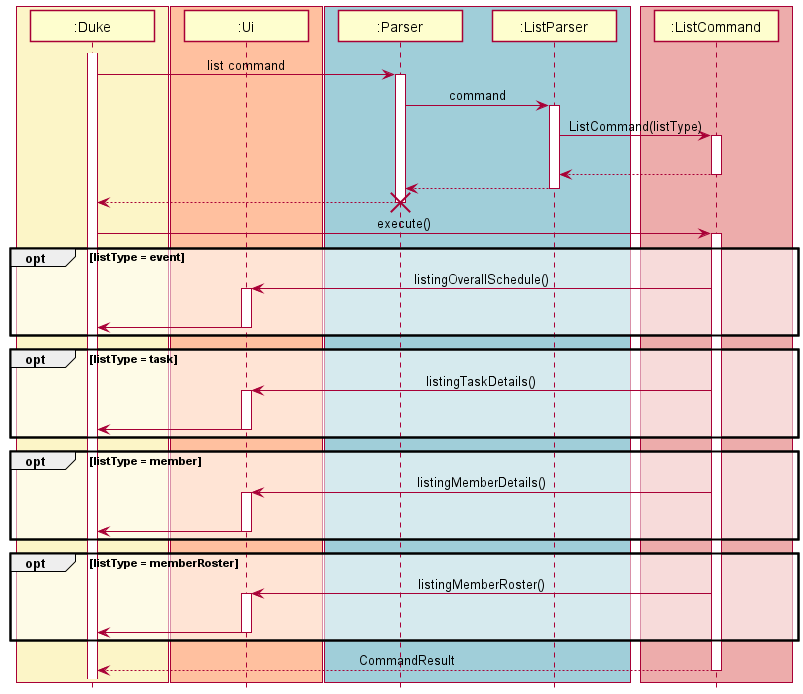
Earlier version of the PlantUML export docs/images/ListDiagram.png (nus-cs2113-AY2122S1/tp).
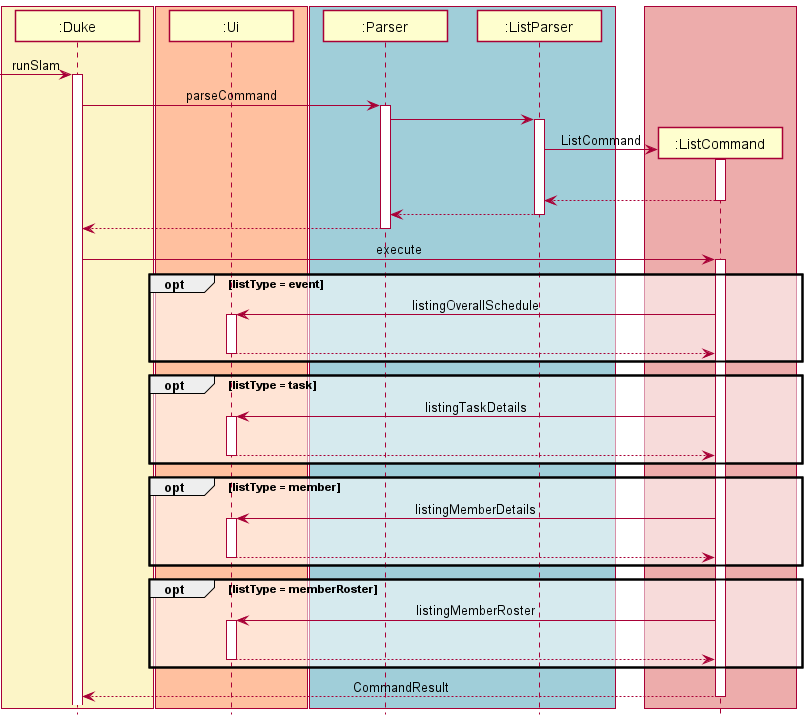
The same diagram one commit later.

What changed in the source:
```diff
@@ -11,55 +11,53 @@
 Participant ":Parser" as Parser
 Participant ":ListParser" as ListParser
 end box
-box LOGIC_COLOR
-Participant ":ListCommand" as ListCommand
-end box
-
+->Duke: runSlam
 activate Duke
 
-Duke -> Parser : list command
+Duke -> Parser : parseCommand
 activate Parser
 
 
-Parser -> ListParser: command
+Parser -> ListParser:
 activate ListParser
-ListParser -> ListCommand : ListCommand(listType)
+
+box LOGIC_COLOR
+create ":ListCommand" as ListCommand
+end box
+
+ListParser -> ListCommand : ListCommand
 activate ListCommand
 |||
 return
 return
 return
-destroy Parser
 
-Duke -> ListCommand : execute()
+
+Duke -> ListCommand : execute
 activate ListCommand
 opt listType = event
-  ListCommand -> Ui: listingOverallSchedule()
+  ListCommand -> Ui: listingOverallSchedule
   activate Ui
   |||
-  Ui -> Duke
-  deactivate Ui
+  return
 end
 opt listType = task
-  ListCommand -> Ui: listingTaskDetails()
+  ListCommand -> Ui: listingTaskDetails
   activate Ui
   |||
-  Ui -> Duke
-  deactivate Ui
+  return
 end
 opt listType = member
-  ListCommand -> Ui: listingMemberDetails()
+  ListCommand -> Ui: listingMemberDetails
   activate Ui
   |||
-  Ui -> Duke
-  deactivate Ui
+  return
 end
 opt listType = memberRoster
-  ListCommand -> Ui: listingMemberRoster()
+  ListCommand -> Ui: listingMemberRoster
   activate Ui
   |||
-  Ui -> Duke
-  deactivate Ui
+  return
 end
 
 ListCommand --> Duke : CommandResult
```
